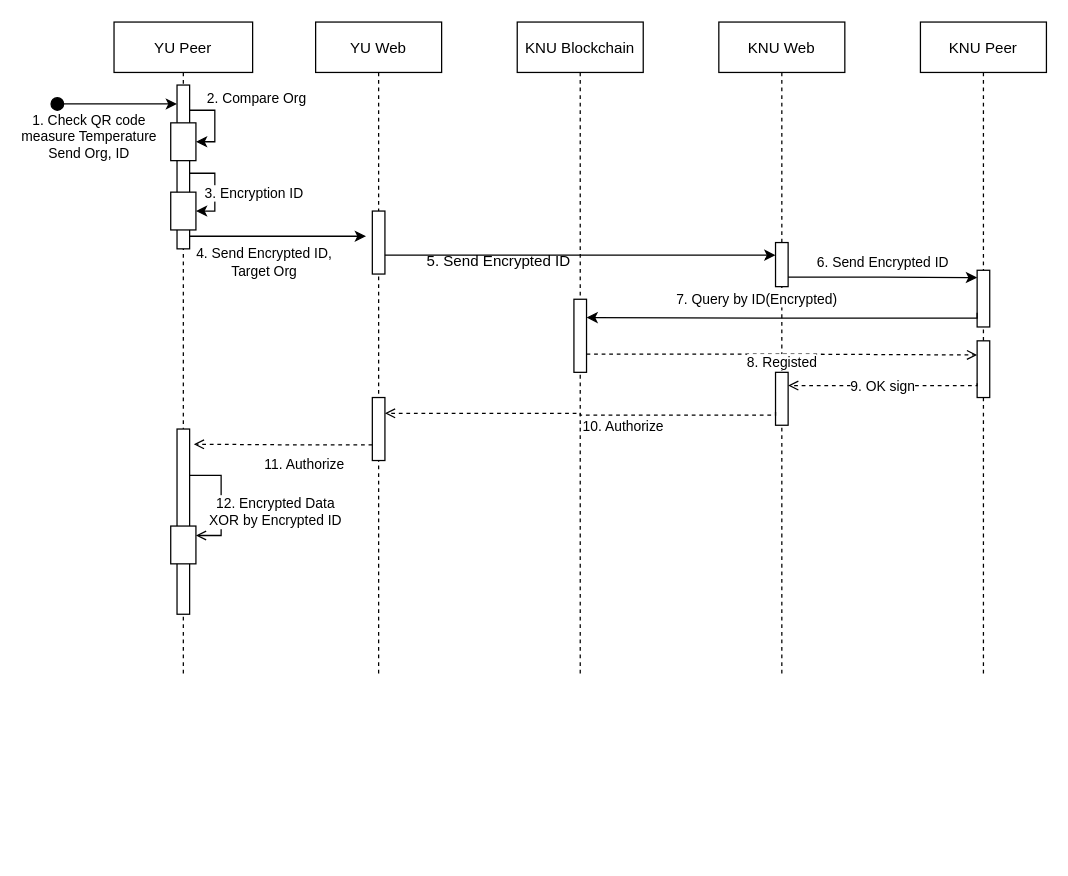
Earlier version of the draw.io diagram page "check by other org" (1 of 3) of Sequence Diagram.drawio (GunhyungKim/TrackingSystem). Source tidied: cells renumbered, new cells numbered last; positions are measured from the earlier drawing's top-left corner, leaving out a move shared by most shapes. Both pictures are drawn from the tidied source at 126%, with x=0, y=0 at pixel (50, 21).
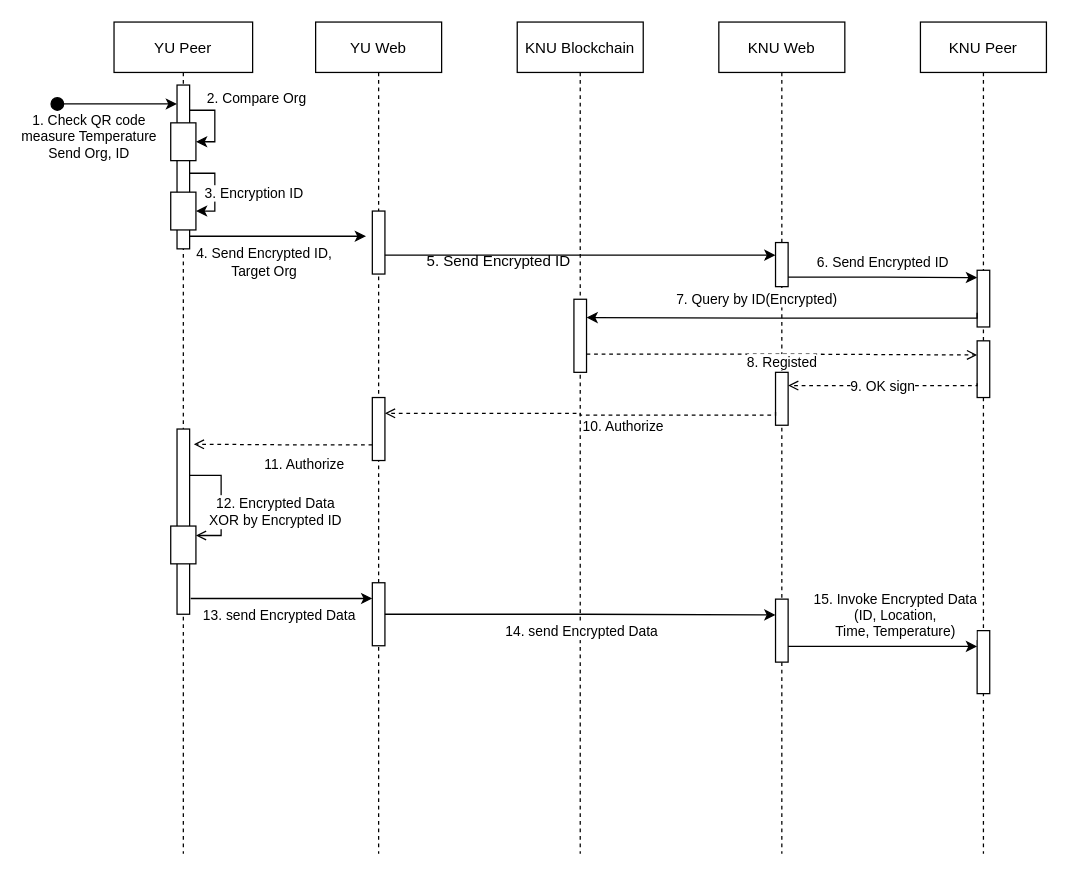
The same diagram, later.

The change refers to these unchanged cells:
```xml
<mxCell id="4" style="rounded=0;whiteSpace=wrap;html=1;" parent="2" vertex="1">
  <mxGeometry x="50" y="323" width="10" height="147" as="geometry" />
</mxCell>
```

Change to the diagram source:
```diff
@@
     <mxCell id="2" value="YU Peer" style="shape=umlLifeline;perimeter=lifelinePerimeter;rounded=0;shadow=0;strokeWidth=1;" parent="1" vertex="1">
-      <mxGeometry x="50" width="110" height="520" as="geometry" />
+      <mxGeometry x="50" width="110" height="660" as="geometry" />
     </mxCell>
@@
     <mxCell id="6" value="YU Web" style="shape=umlLifeline;perimeter=lifelinePerimeter;rounded=0;shadow=0;strokeWidth=1;" parent="1" vertex="1">
-      <mxGeometry x="210" width="100" height="520" as="geometry" />
+      <mxGeometry x="210" width="100" height="660" as="geometry" />
     </mxCell>
@@
+    <mxCell id="44" style="rounded=0;whiteSpace=wrap;html=1;" parent="6" vertex="1">
+      <mxGeometry x="45" y="445" width="10" height="50" as="geometry" />
+    </mxCell>
     <mxCell id="9" value="KNU Web" style="shape=umlLifeline;perimeter=lifelinePerimeter;rounded=0;shadow=0;strokeWidth=1;" parent="1" vertex="1">
-      <mxGeometry x="530" width="100" height="520" as="geometry" />
+      <mxGeometry x="530" width="100" height="660" as="geometry" />
     </mxCell>
@@
+    <mxCell id="45" style="rounded=0;whiteSpace=wrap;html=1;" parent="9" vertex="1">
+      <mxGeometry x="45" y="458" width="10" height="50" as="geometry" />
+    </mxCell>
     <mxCell id="12" value="KNU Peer" style="shape=umlLifeline;perimeter=lifelinePerimeter;rounded=0;shadow=0;strokeWidth=1;" parent="1" vertex="1">
-      <mxGeometry x="690" width="100" height="520" as="geometry" />
+      <mxGeometry x="690" width="100" height="660" as="geometry" />
     </mxCell>
@@
+    <mxCell id="46" style="rounded=0;whiteSpace=wrap;html=1;" parent="12" vertex="1">
+      <mxGeometry x="45" y="483" width="10" height="50" as="geometry" />
+    </mxCell>
@@
     <mxCell id="25" value="KNU Blockchain" style="shape=umlLifeline;perimeter=lifelinePerimeter;rounded=0;shadow=0;strokeWidth=1;" parent="1" vertex="1">
-      <mxGeometry x="370" width="100" height="520" as="geometry" />
+      <mxGeometry x="370" width="100" height="660" as="geometry" />
     </mxCell>
@@
+    <mxCell id="47" style="edgeStyle=orthogonalEdgeStyle;rounded=0;jettySize=auto;html=1;exitX=1.083;exitY=0.915;exitDx=0;exitDy=0;entryX=0;entryY=0.25;entryDx=0;entryDy=0;exitPerimeter=0;" parent="1" edge="1" source="4" target="44">
+      <mxGeometry relative="1" as="geometry" />
+    </mxCell>
+    <mxCell id="48" value="13. send Encrypted Data" style="edgeLabel;html=1;align=center;verticalAlign=middle;" parent="47" vertex="1">
+      <mxGeometry x="-0.29" y="-1" relative="1" as="geometry">
+        <mxPoint x="18.3" y="11.5" as="offset" />
+      </mxGeometry>
+    </mxCell>
+    <mxCell id="49" value="14. send Encrypted Data" style="edgeLabel;html=1;align=center;verticalAlign=middle;" parent="47" vertex="1">
+      <mxGeometry x="-0.29" y="-1" relative="1" as="geometry">
+        <mxPoint x="258.3" y="24.5" as="offset" />
+      </mxGeometry>
+    </mxCell>
+    <mxCell id="50" style="edgeStyle=orthogonalEdgeStyle;rounded=0;jettySize=auto;html=1;exitX=1;exitY=0.5;exitDx=0;exitDy=0;entryX=0;entryY=0.25;entryDx=0;entryDy=0;" parent="1" edge="1" source="44" target="45">
+      <mxGeometry relative="1" as="geometry" />
+    </mxCell>
+    <mxCell id="51" style="edgeStyle=orthogonalEdgeStyle;rounded=0;jettySize=auto;html=1;exitX=1;exitY=0.75;exitDx=0;exitDy=0;entryX=0;entryY=0.25;entryDx=0;entryDy=0;" parent="1" edge="1" source="45" target="46">
+      <mxGeometry relative="1" as="geometry" />
+    </mxCell>
+    <mxCell id="52" value="15. Invoke Encrypted Data&lt;br&gt;(ID, Location,&lt;br&gt;Time, Temperature)" style="edgeLabel;html=1;align=center;verticalAlign=middle;" parent="51" vertex="1">
+      <mxGeometry x="0.23" y="-1" relative="1" as="geometry">
+        <mxPoint x="-7.5" y="-26.5" as="offset" />
+      </mxGeometry>
+    </mxCell>
```
